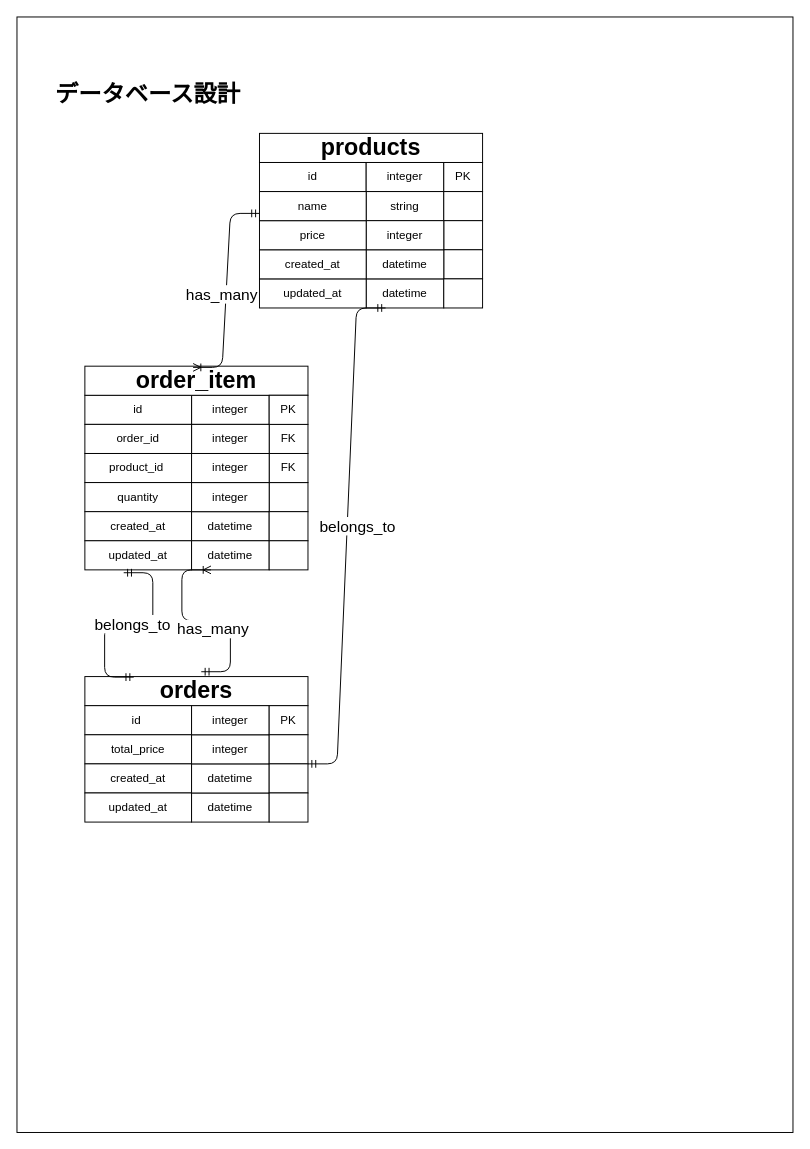
The draw.io diagram kantan-register-er-diagram.dio in Ykuroyy/kantan-register, before the edit. Source tidied: cells renumbered, new cells numbered last; positions are measured from the earlier drawing's top-left corner, leaving out a move shared by most shapes. Both pictures are drawn from the tidied source at 97%, with x=0, y=0 at pixel (-3, 16).
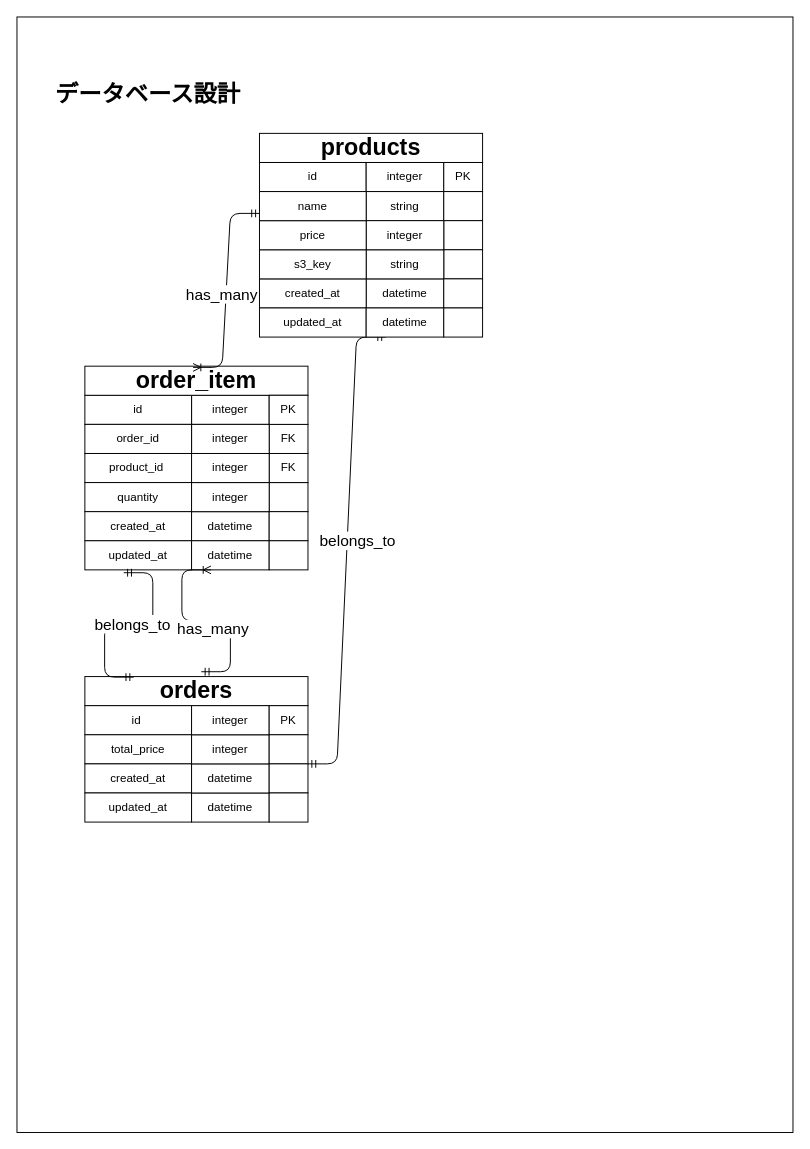
The same page after the edit.

The change refers to these unchanged cells:
```xml
<mxCell id="13" value="datetime" style="whiteSpace=wrap;html=1;align=center;direction=south;" parent="1" vertex="1">
  <mxGeometry x="380" y="270" width="80" height="30" as="geometry" />
</mxCell>
<mxCell id="45" style="whiteSpace=wrap;html=1;align=center;direction=south;" parent="1" vertex="1">
  <mxGeometry x="280" y="740" width="40" height="30" as="geometry" />
</mxCell>
```

Change to the diagram source:
```diff
@@
-    <mxCell id="14" value="datetime" style="whiteSpace=wrap;html=1;align=center;direction=south;" parent="1" vertex="1">
+    <mxCell id="14" value="&lt;p class=&quot;p1&quot;&gt;string&lt;/p&gt;" style="whiteSpace=wrap;html=1;align=center;direction=south;" parent="1" vertex="1">
       <mxGeometry x="380" y="240" width="80" height="30" as="geometry" />
     </mxCell>
@@
-    <mxCell id="17" value="updated_at" style="whiteSpace=wrap;html=1;align=center;direction=south;" parent="1" vertex="1">
+    <mxCell id="17" value="&lt;span style=&quot;color: rgb(0, 0, 0);&quot;&gt;created_at&lt;/span&gt;" style="whiteSpace=wrap;html=1;align=center;direction=south;" parent="1" vertex="1">
       <mxGeometry x="270" y="270" width="110" height="30" as="geometry" />
     </mxCell>
-    <mxCell id="18" value="created_at" style="whiteSpace=wrap;html=1;align=center;direction=south;" parent="1" vertex="1">
+    <mxCell id="18" value="&lt;p class=&quot;p1&quot;&gt;s3_key&lt;/p&gt;" style="whiteSpace=wrap;html=1;align=center;direction=south;" parent="1" vertex="1">
       <mxGeometry x="270" y="240" width="110" height="30" as="geometry" />
     </mxCell>
@@
-    <mxCell id="58" style="edgeStyle=entityRelationEdgeStyle;fontSize=12;html=1;endArrow=ERmandOne;startArrow=ERmandOne;exitX=1;exitY=0;exitDx=0;exitDy=0;entryX=1;entryY=0.75;entryDx=0;entryDy=0;" parent="1" edge="1" source="45" target="13">
+    <mxCell id="58" style="edgeStyle=entityRelationEdgeStyle;fontSize=12;html=1;endArrow=ERmandOne;startArrow=ERmandOne;exitX=1;exitY=0;exitDx=0;exitDy=0;entryX=1;entryY=0.75;entryDx=0;entryDy=0;" parent="1" edge="1" source="45" target="61">
       <mxGeometry relative="1" as="geometry">
         <Array as="points">
           <mxPoint x="410" y="708" />
           <mxPoint x="380" y="580" />
           <mxPoint x="50" y="470" />
           <mxPoint x="70" y="720" />
           <mxPoint x="40" y="738" />
           <mxPoint x="40" y="583" />
         </Array>
       </mxGeometry>
     </mxCell>
@@
+    <mxCell id="60" value="updated_at" style="whiteSpace=wrap;html=1;align=center;direction=south;" parent="1" vertex="1">
+      <mxGeometry x="270" y="300" width="110" height="30" as="geometry" />
+    </mxCell>
+    <mxCell id="61" value="datetime" style="whiteSpace=wrap;html=1;align=center;direction=south;" parent="1" vertex="1">
+      <mxGeometry x="380" y="300" width="80" height="30" as="geometry" />
+    </mxCell>
+    <mxCell id="62" style="whiteSpace=wrap;html=1;align=center;direction=south;" parent="1" vertex="1">
+      <mxGeometry x="460" y="300" width="40" height="30" as="geometry" />
+    </mxCell>
```
